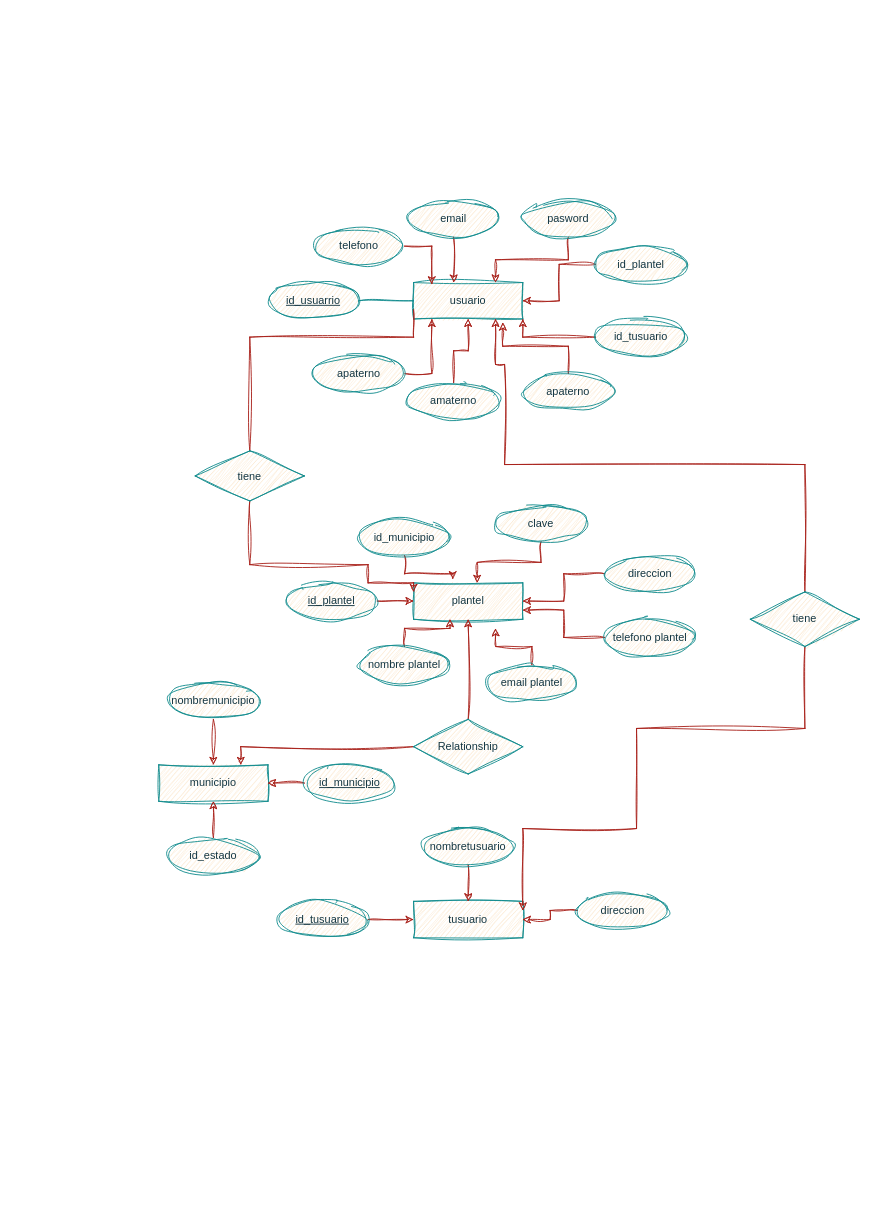
This is page "enntidad relacion" (1 of 2) of Diagrama sin título.drawio from mhsvictor/bd405, a draw.io file, before an edit. Source tidied: cells renumbered, new cells numbered last; positions are measured from the earlier drawing's top-left corner, leaving out a move shared by most shapes. Both pictures are drawn from the tidied source at 91%, with x=0, y=0 at pixel (158, 200).
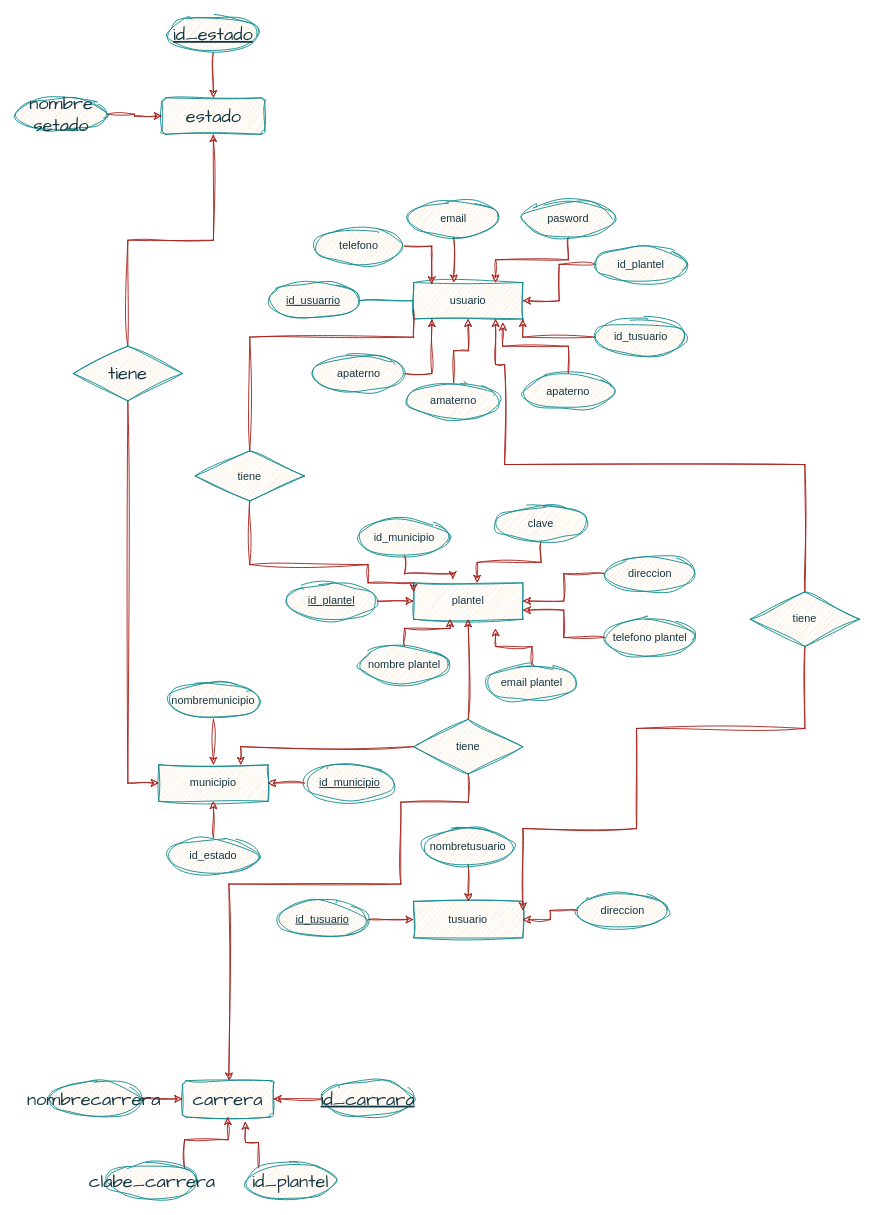
After the change.

Unchanged cells that the change refers to:
```xml
<mxCell id="49" value="municipio" style="rounded=0;arcSize=10;whiteSpace=wrap;html=1;align=center;labelBackgroundColor=none;fillColor=#FAE5C7;strokeColor=#0F8B8D;fontColor=#143642;sketch=1;curveFitting=1;jiggle=2;" parent="1" vertex="1">
  <mxGeometry y="620" width="120" height="40" as="geometry" />
</mxCell>
```

The edit, as a diff of the source:
```diff
@@
+    <mxCell id="59" style="edgeStyle=orthogonalEdgeStyle;rounded=0;sketch=1;hachureGap=4;jiggle=2;curveFitting=1;jettySize=auto;html=1;strokeColor=#A8201A;fontFamily=Architects Daughter;fontSize=16;fontColor=#143642;fillColor=#FAE5C7;" parent="1" edge="1" source="58">
+      <mxGeometry relative="1" as="geometry">
+        <mxPoint x="77" y="967" as="targetPoint" />
+        <Array as="points">
+          <mxPoint x="340" y="661" />
+          <mxPoint x="266" y="661" />
+          <mxPoint x="266" y="751" />
+          <mxPoint x="77" y="751" />
+        </Array>
+      </mxGeometry>
+    </mxCell>
-    <mxCell id="58" value="Relationship" style="shape=rhombus;perimeter=rhombusPerimeter;whiteSpace=wrap;html=1;align=center;labelBackgroundColor=none;fillColor=#FAE5C7;strokeColor=#0F8B8D;fontColor=#143642;rounded=0;sketch=1;curveFitting=1;jiggle=2;" parent="1" vertex="1">
+    <mxCell id="58" value="tiene" style="shape=rhombus;perimeter=rhombusPerimeter;whiteSpace=wrap;html=1;align=center;labelBackgroundColor=none;fillColor=#FAE5C7;strokeColor=#0F8B8D;fontColor=#143642;rounded=0;sketch=1;curveFitting=1;jiggle=2;" parent="1" vertex="1">
       <mxGeometry x="280" y="570" width="120" height="60" as="geometry" />
     </mxCell>
+    <mxCell id="60" value="estado" style="rounded=1;arcSize=10;whiteSpace=wrap;html=1;align=center;sketch=1;hachureGap=4;jiggle=2;curveFitting=1;strokeColor=#0F8B8D;fontFamily=Architects Daughter;fontSize=20;fontColor=#143642;fillColor=#FAE5C7;" parent="1" vertex="1">
+      <mxGeometry x="3.5" y="-113" width="113" height="40" as="geometry" />
+    </mxCell>
+    <mxCell id="61" style="edgeStyle=orthogonalEdgeStyle;rounded=0;sketch=1;hachureGap=4;jiggle=2;curveFitting=1;jettySize=auto;html=1;strokeColor=#A8201A;fontFamily=Architects Daughter;fontSize=16;fontColor=#143642;fillColor=#FAE5C7;" parent="1" edge="1" source="62" target="60">
+      <mxGeometry relative="1" as="geometry" />
+    </mxCell>
+    <mxCell id="62" value="id_estado" style="ellipse;whiteSpace=wrap;html=1;align=center;fontStyle=4;sketch=1;hachureGap=4;jiggle=2;curveFitting=1;strokeColor=#0F8B8D;fontFamily=Architects Daughter;fontSize=20;fontColor=#143642;fillColor=#FAE5C7;" parent="1" vertex="1">
+      <mxGeometry x="10" y="-203" width="100" height="40" as="geometry" />
+    </mxCell>
+    <mxCell id="63" style="edgeStyle=orthogonalEdgeStyle;rounded=0;sketch=1;hachureGap=4;jiggle=2;curveFitting=1;jettySize=auto;html=1;entryX=0;entryY=0.5;entryDx=0;entryDy=0;strokeColor=#A8201A;fontFamily=Architects Daughter;fontSize=16;fontColor=#143642;fillColor=#FAE5C7;" parent="1" edge="1" source="64" target="60">
+      <mxGeometry relative="1" as="geometry" />
+    </mxCell>
+    <mxCell id="64" value="nombre setado" style="ellipse;whiteSpace=wrap;html=1;align=center;sketch=1;hachureGap=4;jiggle=2;curveFitting=1;strokeColor=#0F8B8D;fontFamily=Architects Daughter;fontSize=20;fontColor=#143642;fillColor=#FAE5C7;" parent="1" vertex="1">
+      <mxGeometry x="-157" y="-113" width="100" height="36" as="geometry" />
+    </mxCell>
+    <mxCell id="65" style="edgeStyle=orthogonalEdgeStyle;rounded=0;sketch=1;hachureGap=4;jiggle=2;curveFitting=1;jettySize=auto;html=1;entryX=0.5;entryY=1;entryDx=0;entryDy=0;strokeColor=#A8201A;fontFamily=Architects Daughter;fontSize=16;fontColor=#143642;fillColor=#FAE5C7;" parent="1" edge="1" source="67" target="60">
+      <mxGeometry relative="1" as="geometry" />
+    </mxCell>
+    <mxCell id="66" style="edgeStyle=orthogonalEdgeStyle;rounded=0;sketch=1;hachureGap=4;jiggle=2;curveFitting=1;jettySize=auto;html=1;exitX=0.5;exitY=1;exitDx=0;exitDy=0;entryX=0;entryY=0.5;entryDx=0;entryDy=0;strokeColor=#A8201A;fontFamily=Architects Daughter;fontSize=16;fontColor=#143642;fillColor=#FAE5C7;" parent="1" edge="1" source="67" target="49">
+      <mxGeometry relative="1" as="geometry" />
+    </mxCell>
+    <mxCell id="67" value="tiene" style="shape=rhombus;perimeter=rhombusPerimeter;whiteSpace=wrap;html=1;align=center;sketch=1;hachureGap=4;jiggle=2;curveFitting=1;strokeColor=#0F8B8D;fontFamily=Architects Daughter;fontSize=20;fontColor=#143642;fillColor=#FAE5C7;" parent="1" vertex="1">
+      <mxGeometry x="-94" y="160" width="120" height="60" as="geometry" />
+    </mxCell>
+    <mxCell id="68" value="carrera" style="rounded=1;arcSize=10;whiteSpace=wrap;html=1;align=center;sketch=1;hachureGap=4;jiggle=2;curveFitting=1;strokeColor=#0F8B8D;fontFamily=Architects Daughter;fontSize=20;fontColor=#143642;fillColor=#FAE5C7;" parent="1" vertex="1">
+      <mxGeometry x="26" y="967" width="100" height="40" as="geometry" />
+    </mxCell>
+    <mxCell id="69" style="edgeStyle=orthogonalEdgeStyle;rounded=0;sketch=1;hachureGap=4;jiggle=2;curveFitting=1;jettySize=auto;html=1;entryX=1;entryY=0.5;entryDx=0;entryDy=0;strokeColor=#A8201A;fontFamily=Architects Daughter;fontSize=16;fontColor=#143642;fillColor=#FAE5C7;" parent="1" edge="1" source="70" target="68">
+      <mxGeometry relative="1" as="geometry" />
+    </mxCell>
+    <mxCell id="70" value="id_carrara" style="ellipse;whiteSpace=wrap;html=1;align=center;fontStyle=4;sketch=1;hachureGap=4;jiggle=2;curveFitting=1;strokeColor=#0F8B8D;fontFamily=Architects Daughter;fontSize=20;fontColor=#143642;fillColor=#FAE5C7;" parent="1" vertex="1">
+      <mxGeometry x="180" y="967" width="100" height="40" as="geometry" />
+    </mxCell>
+    <mxCell id="71" style="edgeStyle=orthogonalEdgeStyle;rounded=0;sketch=1;hachureGap=4;jiggle=2;curveFitting=1;jettySize=auto;html=1;exitX=0;exitY=0;exitDx=0;exitDy=0;strokeColor=#A8201A;fontFamily=Architects Daughter;fontSize=16;fontColor=#143642;fillColor=#FAE5C7;" parent="1" edge="1" source="72">
+      <mxGeometry relative="1" as="geometry">
+        <mxPoint x="95" y="1012" as="targetPoint" />
+      </mxGeometry>
+    </mxCell>
+    <mxCell id="72" value="id_plantel" style="ellipse;whiteSpace=wrap;html=1;align=center;sketch=1;hachureGap=4;jiggle=2;curveFitting=1;strokeColor=#0F8B8D;fontFamily=Architects Daughter;fontSize=20;fontColor=#143642;fillColor=#FAE5C7;" parent="1" vertex="1">
+      <mxGeometry x="95" y="1057" width="100" height="40" as="geometry" />
+    </mxCell>
+    <mxCell id="73" style="edgeStyle=orthogonalEdgeStyle;rounded=0;sketch=1;hachureGap=4;jiggle=2;curveFitting=1;jettySize=auto;html=1;entryX=0;entryY=0.5;entryDx=0;entryDy=0;strokeColor=#A8201A;fontFamily=Architects Daughter;fontSize=16;fontColor=#143642;fillColor=#FAE5C7;" parent="1" edge="1" source="74" target="68">
+      <mxGeometry relative="1" as="geometry" />
+    </mxCell>
+    <mxCell id="74" value="nombrecarrera" style="ellipse;whiteSpace=wrap;html=1;align=center;sketch=1;hachureGap=4;jiggle=2;curveFitting=1;strokeColor=#0F8B8D;fontFamily=Architects Daughter;fontSize=20;fontColor=#143642;fillColor=#FAE5C7;" parent="1" vertex="1">
+      <mxGeometry x="-121" y="967" width="100" height="40" as="geometry" />
+    </mxCell>
+    <mxCell id="75" style="edgeStyle=orthogonalEdgeStyle;rounded=0;sketch=1;hachureGap=4;jiggle=2;curveFitting=1;jettySize=auto;html=1;exitX=1;exitY=0;exitDx=0;exitDy=0;entryX=0.5;entryY=1;entryDx=0;entryDy=0;strokeColor=#A8201A;fontFamily=Architects Daughter;fontSize=16;fontColor=#143642;fillColor=#FAE5C7;" parent="1" edge="1" source="76" target="68">
+      <mxGeometry relative="1" as="geometry" />
+    </mxCell>
+    <mxCell id="76" value="clabe_carrera" style="ellipse;whiteSpace=wrap;html=1;align=center;sketch=1;hachureGap=4;jiggle=2;curveFitting=1;strokeColor=#0F8B8D;fontFamily=Architects Daughter;fontSize=20;fontColor=#143642;fillColor=#FAE5C7;" parent="1" vertex="1">
+      <mxGeometry x="-57" y="1057" width="100" height="40" as="geometry" />
+    </mxCell>
```
